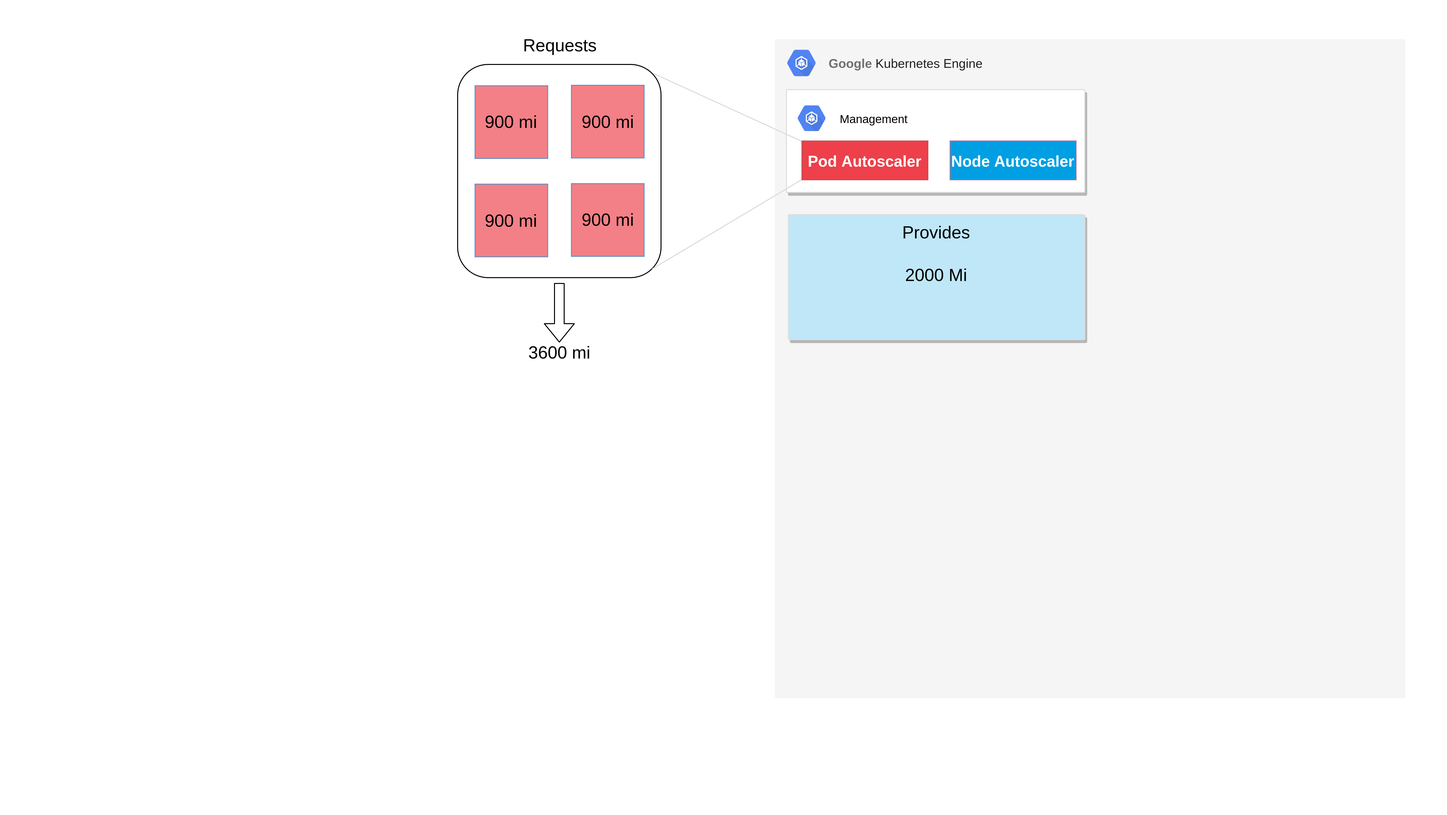
Above: images/k8s-scaling-node-scaler.png in bastiandg/scaling-in-the-cloud (draw.io), before the change. Source tidied: cells renumbered, new cells last; positions are measured from the earlier drawing's top-left corner, leaving out a move shared by most shapes.
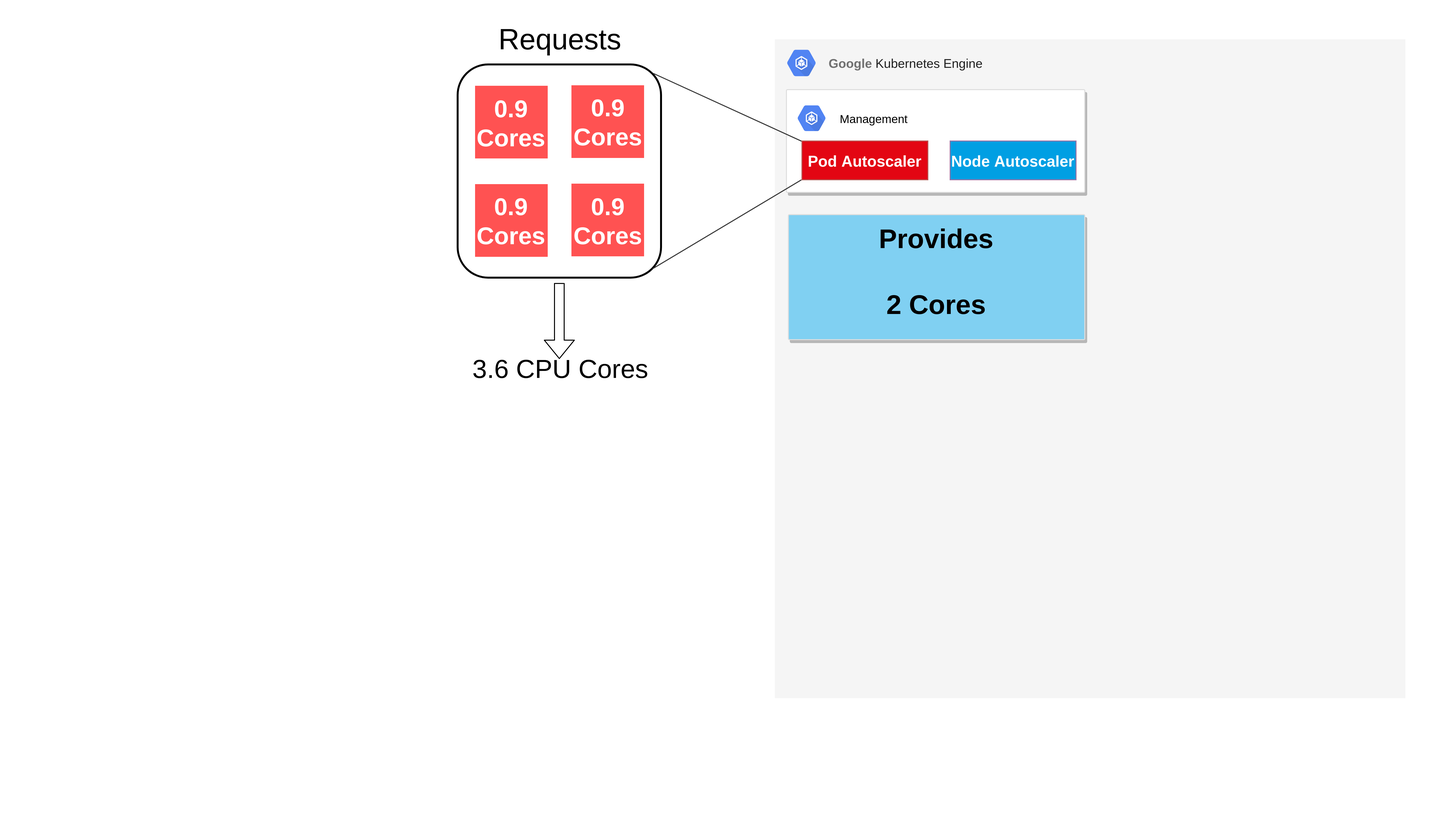
After the change.

Diff of the diagram source:
```diff
@@ -11,7 +11,7 @@
     <mxCell id="4" value="&lt;b style=&quot;font-size: 13px ; text-align: left ; color: rgb(113 , 113 , 113) ; white-space: nowrap&quot;&gt;Google&amp;nbsp;&lt;/b&gt;&lt;span style=&quot;font-size: 13px ; text-align: left ; color: rgb(33 , 33 , 33) ; font-family: &amp;#34;roboto&amp;#34; , sans-serif&quot;&gt;Kubernetes Engine&lt;/span&gt;" style="text;html=1;strokeColor=none;fillColor=none;align=center;verticalAlign=middle;whiteSpace=wrap;rounded=0;" parent="1" vertex="1">
       <mxGeometry x="843.5" y="54.5" width="180" height="20" as="geometry" />
     </mxCell>
-    <mxCell id="5" value="Provides&#10;&#10;2000 Mi" style="strokeColor=#dddddd;fillColor=#BFE7F8;shadow=1;strokeWidth=1;rounded=1;absoluteArcSize=1;arcSize=2;verticalAlign=top;fontSize=18;" parent="1" vertex="1">
+    <mxCell id="5" value="Provides&#10;&#10;2 Cores" style="strokeColor=#dddddd;fillColor=#80D0F2;shadow=1;strokeWidth=1;rounded=1;absoluteArcSize=1;arcSize=2;verticalAlign=top;fontSize=28;fontColor=#000000;fontStyle=1;" parent="1" vertex="1">
       <mxGeometry x="813.5" y="221" width="306" height="129" as="geometry" />
     </mxCell>
     <mxCell id="6" style="strokeColor=#dddddd;fillColor=#ffffff;shadow=1;strokeWidth=1;rounded=1;absoluteArcSize=1;arcSize=2;verticalAlign=top;" parent="1" vertex="1">
@@ -28,59 +28,47 @@
     <mxCell id="9" value="Node Autoscaler" style="rounded=0;html=1;fillColor=#009FE3;strokeColor=#9673a6;fontFamily=Arial;fontSize=16;fontStyle=1;fontColor=#FFFFFF;" parent="1" vertex="1">
       <mxGeometry x="980.5" y="145" width="130" height="40" as="geometry" />
     </mxCell>
-    <mxCell id="10" style="rounded=1;whiteSpace=wrap;html=1;" parent="1" vertex="1">
-      <mxGeometry x="472" y="66" width="210" height="220" as="geometry" />
+    <mxCell id="10" value="Pod Autoscaler" style="rounded=0;html=1;fillColor=#E30613;strokeColor=#b85450;fontColor=#FFFFFF;fontFamily=Arial;fontSize=16;fontStyle=1;" parent="1" vertex="1">
+      <mxGeometry x="827.5" y="145" width="130" height="40" as="geometry" />
     </mxCell>
-    <mxCell id="11" style="rounded=0;whiteSpace=wrap;html=1;fillColor=#F38086;strokeColor=#6c8ebf;" parent="1" vertex="1">
-      <mxGeometry x="490" y="88" width="75" height="75" as="geometry" />
+    <mxCell id="11" style="rounded=1;whiteSpace=wrap;html=1;strokeWidth=2;" parent="1" vertex="1">
+      <mxGeometry x="472" y="66" width="210" height="220" as="geometry" />
     </mxCell>
-    <mxCell id="12" value="900 mi" style="text;html=1;strokeColor=none;fillColor=none;align=center;verticalAlign=middle;whiteSpace=wrap;rounded=0;fontSize=18;" parent="1" vertex="1">
-      <mxGeometry x="490" y="115.5" width="75" height="20" as="geometry" />
+    <mxCell id="12" value="&lt;span style=&quot;font-size: 25px ; white-space: normal&quot;&gt;0.9 Cores&lt;/span&gt;" style="rounded=0;whiteSpace=wrap;html=1;fillColor=#FF5252;strokeColor=none;fontColor=#FFFFFF;fontStyle=1;" parent="1" vertex="1">
+      <mxGeometry x="490" y="88" width="75" height="75" as="geometry" />
     </mxCell>
-    <mxCell id="13" style="rounded=0;whiteSpace=wrap;html=1;fillColor=#F38086;strokeColor=#6c8ebf;" parent="1" vertex="1">
+    <mxCell id="13" value="&lt;span style=&quot;font-size: 25px ; white-space: normal&quot;&gt;0.9 Cores&lt;/span&gt;" style="rounded=0;whiteSpace=wrap;html=1;fillColor=#FF5252;strokeColor=none;fontColor=#FFFFFF;fontStyle=1;" parent="1" vertex="1">
       <mxGeometry x="589.5" y="87.5" width="75" height="75" as="geometry" />
     </mxCell>
-    <mxCell id="14" value="900 mi" style="text;html=1;strokeColor=none;fillColor=none;align=center;verticalAlign=middle;whiteSpace=wrap;rounded=0;fontSize=18;" parent="1" vertex="1">
-      <mxGeometry x="589.5" y="115" width="75" height="20" as="geometry" />
+    <mxCell id="14" value="&lt;span style=&quot;font-size: 25px ; white-space: normal&quot;&gt;0.9 Cores&lt;/span&gt;" style="rounded=0;whiteSpace=wrap;html=1;fillColor=#FF5252;strokeColor=none;fontColor=#FFFFFF;fontStyle=1;" parent="1" vertex="1">
+      <mxGeometry x="490" y="189.5" width="75" height="75" as="geometry" />
     </mxCell>
-    <mxCell id="15" style="rounded=0;whiteSpace=wrap;html=1;fillColor=#F38086;strokeColor=#6c8ebf;" parent="1" vertex="1">
-      <mxGeometry x="490" y="189.5" width="75" height="75" as="geometry" />
+    <mxCell id="15" value="&lt;span style=&quot;font-size: 25px ; white-space: normal&quot;&gt;0.9 Cores&lt;/span&gt;" style="rounded=0;whiteSpace=wrap;html=1;fillColor=#FF5252;strokeColor=none;fontColor=#FFFFFF;fontStyle=1;" parent="1" vertex="1">
+      <mxGeometry x="589.5" y="189" width="75" height="75" as="geometry" />
     </mxCell>
-    <mxCell id="16" value="900 mi" style="text;html=1;strokeColor=none;fillColor=none;align=center;verticalAlign=middle;whiteSpace=wrap;rounded=0;fontSize=18;" parent="1" vertex="1">
-      <mxGeometry x="490" y="217" width="75" height="20" as="geometry" />
+    <mxCell id="16" style="shape=flexArrow;endArrow=classic;html=1;entryX=0.5;entryY=0;entryDx=0;entryDy=0;" parent="1" edge="1" target="17">
+      <mxGeometry relative="1" as="geometry">
+        <mxPoint x="577" y="291.5" as="sourcePoint" />
+      </mxGeometry>
     </mxCell>
-    <mxCell id="17" style="rounded=0;whiteSpace=wrap;html=1;fillColor=#F38086;strokeColor=#6c8ebf;" parent="1" vertex="1">
-      <mxGeometry x="589.5" y="189" width="75" height="75" as="geometry" />
+    <mxCell id="17" value="3.6 CPU Cores" style="text;html=1;strokeColor=none;fillColor=none;align=center;verticalAlign=middle;whiteSpace=wrap;rounded=0;fontSize=27;" parent="1" vertex="1">
+      <mxGeometry x="446.5" y="370" width="261" height="20" as="geometry" />
     </mxCell>
-    <mxCell id="18" value="900 mi" style="text;html=1;strokeColor=none;fillColor=none;align=center;verticalAlign=middle;whiteSpace=wrap;rounded=0;fontSize=18;" parent="1" vertex="1">
-      <mxGeometry x="589.5" y="216.5" width="75" height="20" as="geometry" />
+    <mxCell id="18" style="endArrow=none;html=1;strokeColor=#333333;entryX=0.962;entryY=0.042;entryDx=0;entryDy=0;entryPerimeter=0;exitX=0;exitY=0.004;exitDx=0;exitDy=0;exitPerimeter=0;" parent="1" edge="1" target="11">
+      <mxGeometry relative="1" as="geometry">
+        <mxPoint x="827" y="145.2" as="sourcePoint" />
+      </mxGeometry>
     </mxCell>
-    <mxCell id="19" style="shape=flexArrow;endArrow=classic;html=1;entryX=0.5;entryY=0;entryDx=0;entryDy=0;" parent="1" edge="1" target="20">
+    <mxCell id="19" style="endArrow=none;html=1;strokeColor=#333333;exitX=0.957;exitY=0.959;exitDx=0;exitDy=0;exitPerimeter=0;entryX=-0.001;entryY=1.003;entryDx=0;entryDy=0;entryPerimeter=0;" parent="1" edge="1" source="11">
       <mxGeometry relative="1" as="geometry">
-        <mxPoint x="577" y="291.5" as="sourcePoint" />
+        <mxPoint x="826.9" y="185.1" as="targetPoint" />
       </mxGeometry>
     </mxCell>
-    <mxCell id="20" value="3600 mi" style="text;html=1;strokeColor=none;fillColor=none;align=center;verticalAlign=middle;whiteSpace=wrap;rounded=0;fontSize=18;" parent="1" vertex="1">
-      <mxGeometry x="538.5" y="353" width="77" height="20" as="geometry" />
+    <mxCell id="20" value="Requests" style="text;html=1;strokeColor=none;fillColor=none;align=center;verticalAlign=middle;whiteSpace=wrap;rounded=0;fontSize=30;" parent="1" vertex="1">
+      <mxGeometry x="472" y="30" width="210" height="20" as="geometry" />
     </mxCell>
-    <mxCell id="21" style="endArrow=none;html=1;strokeColor=#DBDBDB;entryX=0.962;entryY=0.042;entryDx=0;entryDy=0;entryPerimeter=0;exitX=0;exitY=0.004;exitDx=0;exitDy=0;exitPerimeter=0;" parent="1" edge="1" target="10">
-      <mxGeometry relative="1" as="geometry">
-        <mxPoint x="827" y="145.2" as="sourcePoint" />
-      </mxGeometry>
+    <mxCell id="21" style="rounded=0;whiteSpace=wrap;html=1;fillColor=none;perimeter=none;backgroundOutline=1;strokeColor=none;" parent="1" vertex="1">
+      <mxGeometry width="1493" height="840" as="geometry" />
     </mxCell>
-    <mxCell id="22" style="endArrow=none;html=1;strokeColor=#DBDBDB;exitX=0.957;exitY=0.959;exitDx=0;exitDy=0;exitPerimeter=0;entryX=-0.001;entryY=1.003;entryDx=0;entryDy=0;entryPerimeter=0;" parent="1" edge="1" source="10">
-      <mxGeometry relative="1" as="geometry">
-        <mxPoint x="826.9" y="185.1" as="targetPoint" />
-      </mxGeometry>
-    </mxCell>
-    <mxCell id="23" value="Requests" style="text;html=1;strokeColor=none;fillColor=none;align=center;verticalAlign=middle;whiteSpace=wrap;rounded=0;fontSize=18;" parent="1" vertex="1">
-      <mxGeometry x="472" y="36" width="210" height="20" as="geometry" />
-    </mxCell>
-    <mxCell id="24" value="Pod Autoscaler" style="rounded=0;html=1;fillColor=#ED404A;strokeColor=#b85450;fontColor=#FFFFFF;fontFamily=Arial;fontSize=16;fontStyle=1;" parent="1" vertex="1">
-      <mxGeometry x="827.5" y="145" width="130" height="40" as="geometry" />
-    </mxCell>
-    <mxCell id="25" style="rounded=0;whiteSpace=wrap;html=1;fillColor=none;perimeter=none;backgroundOutline=1;strokeColor=none;" parent="1" vertex="1">
-      <mxGeometry width="1493" height="840" as="geometry" />
-    </mxCell>
   </root>
 </mxGraphModel>
```
